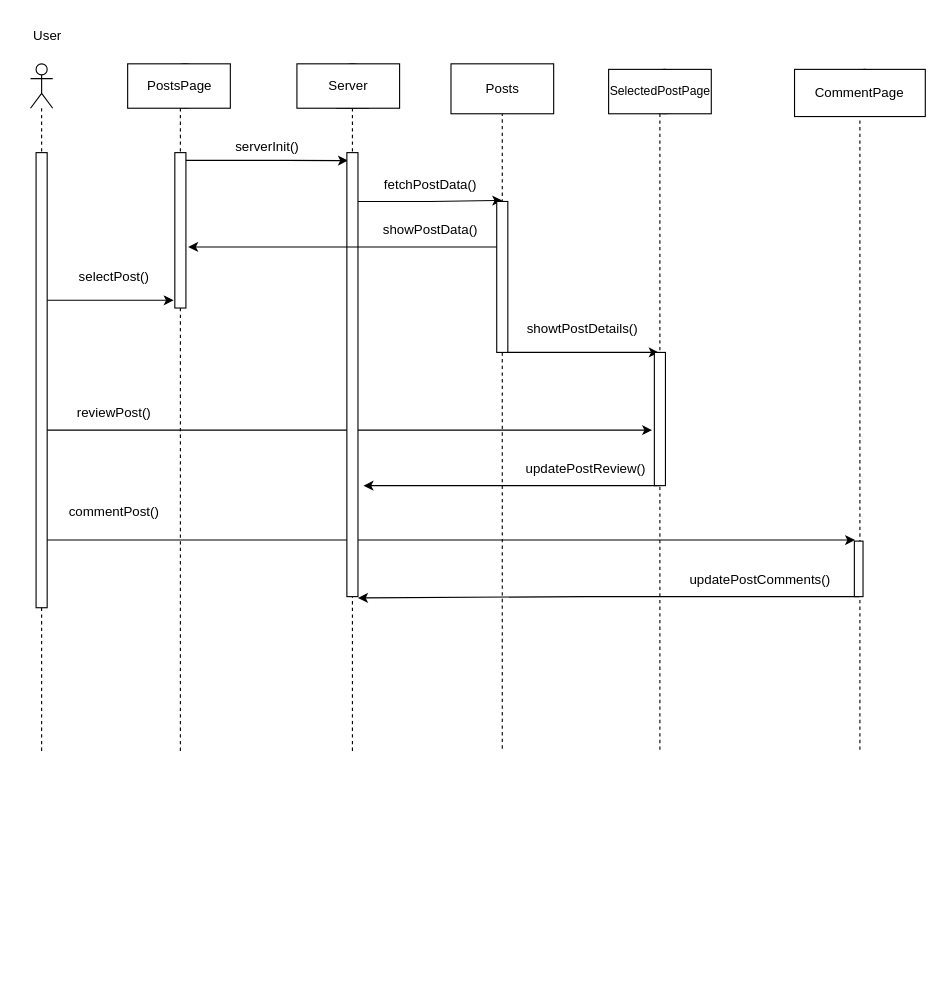
Before: ΤΕΛΙΚΟ ΠΑΡΑΔΟΤΕΟ/Sequence-diagrams-v1.0/sd_ανάγνωση_και_αξιολόγηση_αναρτ_χρηστών.drawio in Dionkaps/Eu-Zin, a draw.io diagram. Source tidied: cells renumbered, new cells numbered last; positions are measured from the earlier drawing's top-left corner, leaving out a move shared by most shapes. Both pictures are drawn from the tidied source at 111%, with x=0, y=0 at pixel (19, 19).
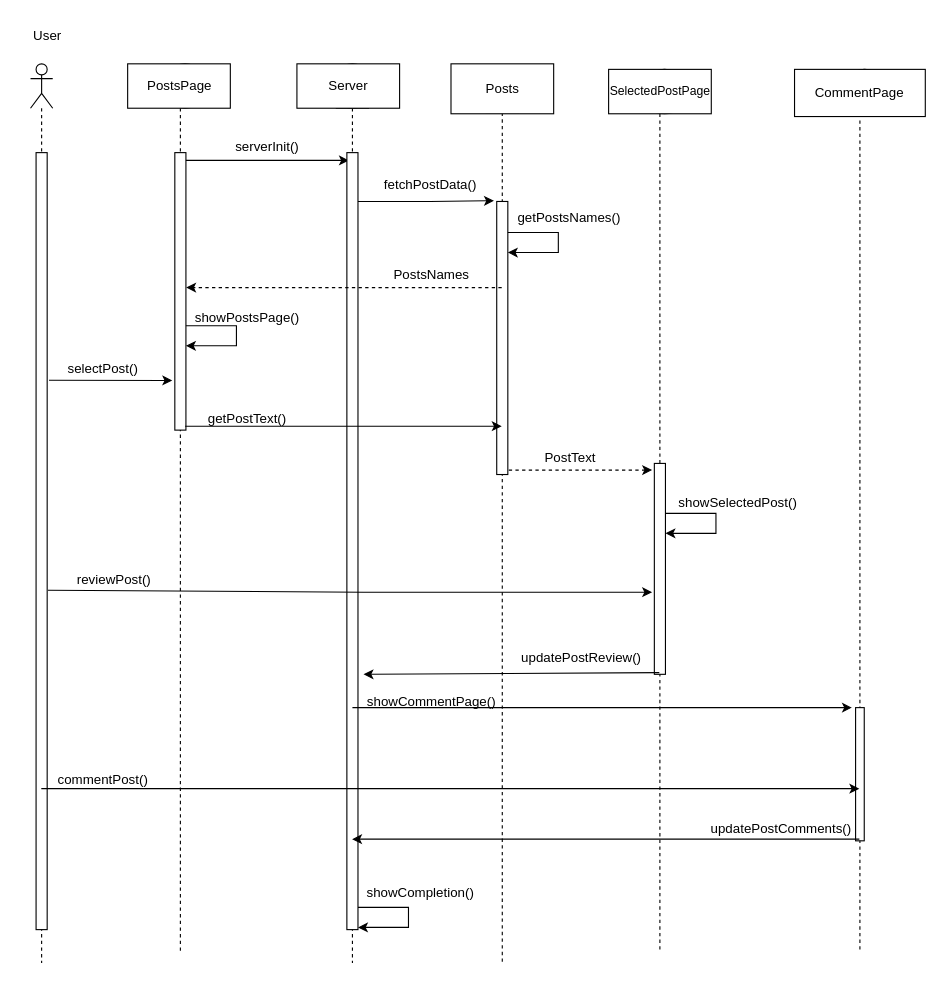
After the change.

What changed in the source:
```diff
@@
     <mxCell id="2" style="shape=umlLifeline;perimeter=lifelinePerimeter;whiteSpace=wrap;html=1;outlineConnect=0;portConstraint=eastwest;newEdgeStyle={&quot;edgeStyle&quot;:&quot;elbowEdgeStyle&quot;,&quot;elbow&quot;:&quot;vertical&quot;,&quot;curved&quot;:0,&quot;rounded&quot;:0};participant=umlBoundary;" parent="1" vertex="1">
-      <mxGeometry x="732.2" y="45" width="50" height="615" as="geometry" />
+      <mxGeometry x="732.2" y="45" width="50" height="795" as="geometry" />
     </mxCell>
     <mxCell id="3" style="shape=umlLifeline;perimeter=lifelinePerimeter;whiteSpace=wrap;html=1;newEdgeStyle={&quot;edgeStyle&quot;:&quot;elbowEdgeStyle&quot;,&quot;elbow&quot;:&quot;vertical&quot;,&quot;curved&quot;:0,&quot;rounded&quot;:0};participant=umlBoundary;" parent="1" vertex="1">
-      <mxGeometry x="120" y="40" width="50" height="620" as="geometry" />
+      <mxGeometry x="120" y="40" width="50" height="800" as="geometry" />
     </mxCell>
     <mxCell id="4" style="shape=umlLifeline;perimeter=lifelinePerimeter;whiteSpace=wrap;html=1;outlineConnect=0;portConstraint=eastwest;newEdgeStyle={&quot;edgeStyle&quot;:&quot;elbowEdgeStyle&quot;,&quot;elbow&quot;:&quot;vertical&quot;,&quot;curved&quot;:0,&quot;rounded&quot;:0};participant=umlBoundary;" parent="1" vertex="1">
-      <mxGeometry x="552" y="45" width="50" height="615" as="geometry" />
+      <mxGeometry x="552" y="45" width="50" height="795" as="geometry" />
     </mxCell>
     <mxCell id="5" style="shape=umlLifeline;perimeter=lifelinePerimeter;whiteSpace=wrap;html=1;newEdgeStyle={&quot;edgeStyle&quot;:&quot;elbowEdgeStyle&quot;,&quot;elbow&quot;:&quot;vertical&quot;,&quot;curved&quot;:0,&quot;rounded&quot;:0};participant=umlEntity;" parent="1" vertex="1">
-      <mxGeometry x="280" y="40" width="40" height="620" as="geometry" />
+      <mxGeometry x="280" y="40" width="40" height="810" as="geometry" />
     </mxCell>
     <mxCell id="6" style="shape=umlLifeline;perimeter=lifelinePerimeter;whiteSpace=wrap;html=1;outlineConnect=0;portConstraint=eastwest;newEdgeStyle={&quot;edgeStyle&quot;:&quot;elbowEdgeStyle&quot;,&quot;elbow&quot;:&quot;vertical&quot;,&quot;curved&quot;:0,&quot;rounded&quot;:0};participant=umlActor;" parent="1" vertex="1">
-      <mxGeometry x="10" y="40" width="20" height="620" as="geometry" />
+      <mxGeometry x="10" y="40" width="20" height="810" as="geometry" />
     </mxCell>
@@
-    <mxCell id="9" style="endArrow=classic;html=1;rounded=0;entryX=0.1;entryY=0.018;entryDx=0;entryDy=0;entryPerimeter=0;" parent="1" edge="1" target="29">
+    <mxCell id="9" style="endArrow=classic;html=1;rounded=0;entryX=0.185;entryY=0.01;entryDx=0;entryDy=0;entryPerimeter=0;" parent="1" edge="1" target="29">
       <mxGeometry relative="1" as="geometry">
         <mxPoint x="144.5" y="127" as="sourcePoint" />
         <Array as="points">
           <mxPoint x="170" y="127" />
           <mxPoint x="240" y="127" />
         </Array>
       </mxGeometry>
     </mxCell>
@@
-    <mxCell id="11" style="endArrow=classic;html=1;rounded=0;entryX=-0.1;entryY=0.95;entryDx=0;entryDy=0;entryPerimeter=0;" parent="1" edge="1" target="27">
-      <mxGeometry relative="1" as="geometry">
-        <mxPoint x="19.5" y="253" as="sourcePoint" />
-        <Array as="points">
-          <mxPoint x="50.5" y="253" />
-          <mxPoint x="120.5" y="253" />
-        </Array>
-      </mxGeometry>
-    </mxCell>
     <mxCell id="12" value="selectPost()" style="text;html=1;align=center;verticalAlign=middle;points=[];strokeColor=none;fillColor=none;" parent="1" vertex="1">
-      <mxGeometry x="40" y="217" width="90" height="30" as="geometry" />
+      <mxGeometry x="30" y="300" width="90" height="30" as="geometry" />
     </mxCell>
     <mxCell id="13" style="shape=umlLifeline;perimeter=lifelinePerimeter;whiteSpace=wrap;html=1;outlineConnect=0;portConstraint=eastwest;newEdgeStyle={&quot;edgeStyle&quot;:&quot;elbowEdgeStyle&quot;,&quot;elbow&quot;:&quot;vertical&quot;,&quot;curved&quot;:0,&quot;rounded&quot;:0};participant=umlEntity;" parent="1" vertex="1">
-      <mxGeometry x="415" y="44" width="40" height="616" as="geometry" />
+      <mxGeometry x="415" y="44" width="40" height="806" as="geometry" />
     </mxCell>
@@
-    <mxCell id="15" style="endArrow=classic;html=1;rounded=0;entryX=0.5;entryY=-0.007;entryDx=0;entryDy=0;entryPerimeter=0;" parent="1" edge="1" target="32">
+    <mxCell id="15" style="endArrow=classic;html=1;rounded=0;entryX=-0.249;entryY=-0.003;entryDx=0;entryDy=0;entryPerimeter=0;" parent="1" edge="1" target="32">
       <mxGeometry relative="1" as="geometry">
         <mxPoint x="299.5" y="164" as="sourcePoint" />
         <Array as="points">
           <mxPoint x="370" y="164" />
         </Array>
       </mxGeometry>
     </mxCell>
-    <mxCell id="16" value="showPostData()" style="text;html=1;align=center;verticalAlign=middle;strokeColor=none;fillColor=none;" parent="1" vertex="1">
-      <mxGeometry x="315" y="175" width="110" height="30" as="geometry" />
+    <mxCell id="16" value="showSelectedPost()" style="text;html=1;align=center;verticalAlign=middle;strokeColor=none;fillColor=none;" parent="1" vertex="1">
+      <mxGeometry x="582" y="421" width="130" height="30" as="geometry" />
     </mxCell>
-    <mxCell id="17" value="showtPostDetails()" style="text;html=1;align=center;verticalAlign=middle;strokeColor=none;fillColor=none;" parent="1" vertex="1">
-      <mxGeometry x="447" y="264" width="120" height="30" as="geometry" />
+    <mxCell id="17" value="getPostText()" style="text;html=1;align=center;verticalAlign=middle;strokeColor=none;fillColor=none;" parent="1" vertex="1">
+      <mxGeometry x="160" y="345" width="90" height="30" as="geometry" />
     </mxCell>
-    <mxCell id="18" style="endArrow=classic;html=1;rounded=0;" parent="1" edge="1" source="6">
-      <mxGeometry relative="1" as="geometry">
-        <mxPoint x="570" y="370" as="targetPoint" />
-        <Array as="points">
-          <mxPoint x="300" y="370" />
-        </Array>
-      </mxGeometry>
-    </mxCell>
-    <mxCell id="19" value="reviewPost()" style="text;html=1;align=center;verticalAlign=middle;strokeColor=none;fillColor=none;" parent="1" vertex="1">
-      <mxGeometry x="40" y="340" width="90" height="30" as="geometry" />
-    </mxCell>
-    <mxCell id="20" style="endArrow=classic;html=1;rounded=0;" parent="1" edge="1" source="4">
-      <mxGeometry relative="1" as="geometry">
-        <mxPoint x="310" y="420" as="targetPoint" />
-        <Array as="points">
-          <mxPoint x="440" y="420" />
-        </Array>
-      </mxGeometry>
-    </mxCell>
-    <mxCell id="21" value="updatePostReview()" style="text;html=1;align=center;verticalAlign=middle;strokeColor=none;fillColor=none;" parent="1" vertex="1">
-      <mxGeometry x="445" y="390" width="130" height="30" as="geometry" />
-    </mxCell>
-    <mxCell id="22" style="endArrow=classic;html=1;rounded=0;entryX=0.081;entryY=-0.02;entryDx=0;entryDy=0;entryPerimeter=0;" parent="1" edge="1" target="34">
-      <mxGeometry relative="1" as="geometry">
-        <mxPoint x="19.5" y="469" as="sourcePoint" />
-        <Array as="points">
-          <mxPoint x="410" y="469" />
-        </Array>
-      </mxGeometry>
-    </mxCell>
-    <mxCell id="23" value="commentPost()" style="text;html=1;align=center;verticalAlign=middle;strokeColor=none;fillColor=none;" parent="1" vertex="1">
-      <mxGeometry x="35" y="429" width="100" height="30" as="geometry" />
-    </mxCell>
-    <mxCell id="24" style="endArrow=classic;html=1;rounded=0;entryX=1;entryY=1.003;entryDx=0;entryDy=0;entryPerimeter=0;" parent="1" edge="1" source="2" target="29">
-      <mxGeometry relative="1" as="geometry">
-        <Array as="points">
-          <mxPoint x="510" y="520" />
-        </Array>
-      </mxGeometry>
-    </mxCell>
-    <mxCell id="25" value="updatePostComments()" style="text;html=1;align=center;verticalAlign=middle;strokeColor=none;fillColor=none;" parent="1" vertex="1">
-      <mxGeometry x="592.2" y="490" width="150" height="30" as="geometry" />
-    </mxCell>
     <mxCell id="26" style="html=1;perimeter=orthogonalPerimeter;fontSize=11;" parent="1" vertex="1">
-      <mxGeometry x="15" y="120" width="10" height="410" as="geometry" />
+      <mxGeometry x="15" y="120" width="10" height="700" as="geometry" />
     </mxCell>
     <mxCell id="27" style="html=1;points=[];perimeter=orthogonalPerimeter;fontSize=11;" parent="1" vertex="1">
-      <mxGeometry x="140" y="120" width="10" height="140" as="geometry" />
+      <mxGeometry x="140" y="120" width="10" height="250" as="geometry" />
     </mxCell>
-    <mxCell id="28" style="endArrow=classic;html=1;rounded=0;entryX=0.4;entryY=0;entryDx=0;entryDy=0;entryPerimeter=0;" parent="1" edge="1" source="32" target="33">
-      <mxGeometry relative="1" as="geometry">
-        <Array as="points">
-          <mxPoint x="520" y="300" />
-        </Array>
-      </mxGeometry>
-    </mxCell>
     <mxCell id="29" style="html=1;points=[];perimeter=orthogonalPerimeter;fontSize=11;" parent="1" vertex="1">
-      <mxGeometry x="295" y="120" width="10" height="400" as="geometry" />
+      <mxGeometry x="295" y="120" width="10" height="700" as="geometry" />
     </mxCell>
-    <mxCell id="30" style="endArrow=classic;html=1;rounded=0;entryX=1.2;entryY=0.607;entryDx=0;entryDy=0;entryPerimeter=0;" parent="1" edge="1" target="27">
-      <mxGeometry relative="1" as="geometry">
-        <mxPoint x="434.5" y="205" as="sourcePoint" />
-        <Array as="points">
-          <mxPoint x="350" y="205" />
-        </Array>
-      </mxGeometry>
-    </mxCell>
@@
     <mxCell id="32" style="html=1;points=[];perimeter=orthogonalPerimeter;fontSize=11;" parent="1" vertex="1">
-      <mxGeometry x="430" y="164" width="10" height="136" as="geometry" />
+      <mxGeometry x="430" y="164" width="10" height="246" as="geometry" />
     </mxCell>
     <mxCell id="33" style="html=1;points=[];perimeter=orthogonalPerimeter;fontSize=11;" parent="1" vertex="1">
-      <mxGeometry x="572" y="300" width="10" height="120" as="geometry" />
+      <mxGeometry x="572" y="400" width="10" height="190" as="geometry" />
     </mxCell>
     <mxCell id="34" style="html=1;points=[];perimeter=orthogonalPerimeter;fontSize=11;" parent="1" vertex="1">
-      <mxGeometry x="752.2" y="470" width="7.8" height="50" as="geometry" />
+      <mxGeometry x="753.3" y="620" width="7.8" height="120" as="geometry" />
     </mxCell>
@@
+    <mxCell id="40" style="endArrow=classic;html=1;rounded=0;" parent="1" edge="1">
+      <mxGeometry x="-0.17" y="23" relative="1" as="geometry">
+        <mxPoint x="440" y="192" as="sourcePoint" />
+        <mxPoint x="440" y="210" as="targetPoint" />
+        <Array as="points">
+          <mxPoint x="485.5" y="192" />
+          <mxPoint x="485.5" y="210" />
+        </Array>
+        <mxPoint x="-3" y="-12" as="offset" />
+      </mxGeometry>
+    </mxCell>
+    <mxCell id="41" value="getPostsNames()" style="text;html=1;align=center;verticalAlign=middle;strokeColor=none;fillColor=none;" parent="1" vertex="1">
+      <mxGeometry x="435" y="164" width="120" height="30" as="geometry" />
+    </mxCell>
+    <mxCell id="42" style="endArrow=classic;html=1;rounded=0;entryX=1.018;entryY=0.804;entryDx=0;entryDy=0;entryPerimeter=0;dashed=1;" parent="1" edge="1">
+      <mxGeometry relative="1" as="geometry">
+        <mxPoint x="434.5" y="241.6" as="sourcePoint" />
+        <mxPoint x="150.2" y="241.6" as="targetPoint" />
+      </mxGeometry>
+    </mxCell>
+    <mxCell id="43" value="PostsNames" style="text;html=1;align=center;verticalAlign=middle;strokeColor=none;fillColor=none;" parent="1" vertex="1">
+      <mxGeometry x="326.2" y="215" width="90" height="30" as="geometry" />
+    </mxCell>
+    <mxCell id="44" style="endArrow=classic;html=1;rounded=0;" parent="1" edge="1">
+      <mxGeometry x="-0.17" y="23" relative="1" as="geometry">
+        <mxPoint x="150" y="276" as="sourcePoint" />
+        <mxPoint x="150" y="294" as="targetPoint" />
+        <Array as="points">
+          <mxPoint x="195.5" y="276" />
+          <mxPoint x="195.5" y="294" />
+        </Array>
+        <mxPoint x="-3" y="-12" as="offset" />
+      </mxGeometry>
+    </mxCell>
+    <mxCell id="45" style="endArrow=classic;html=1;rounded=0;entryX=-0.226;entryY=0.968;entryDx=0;entryDy=0;entryPerimeter=0;exitX=-0.037;exitY=0.835;exitDx=0;exitDy=0;exitPerimeter=0;" parent="1" edge="1" source="12">
+      <mxGeometry relative="1" as="geometry">
+        <mxPoint x="137.7" y="325.3" as="targetPoint" />
+      </mxGeometry>
+    </mxCell>
+    <mxCell id="46" style="endArrow=classic;html=1;rounded=0;exitX=0.929;exitY=0.994;exitDx=0;exitDy=0;exitPerimeter=0;" parent="1" edge="1">
+      <mxGeometry relative="1" as="geometry">
+        <mxPoint x="149.3" y="366.5" as="sourcePoint" />
+        <mxPoint x="434.5" y="366.5" as="targetPoint" />
+      </mxGeometry>
+    </mxCell>
+    <mxCell id="47" style="endArrow=classic;html=1;rounded=0;exitX=1.085;exitY=0.984;exitDx=0;exitDy=0;exitPerimeter=0;dashed=1;" parent="1" edge="1" source="32">
+      <mxGeometry relative="1" as="geometry">
+        <mxPoint x="570" y="406" as="targetPoint" />
+      </mxGeometry>
+    </mxCell>
+    <mxCell id="48" value="PostText" style="text;html=1;align=center;verticalAlign=middle;strokeColor=none;fillColor=none;" parent="1" vertex="1">
+      <mxGeometry x="460.8" y="380" width="70" height="30" as="geometry" />
+    </mxCell>
+    <mxCell id="49" style="endArrow=classic;html=1;rounded=0;" parent="1" edge="1">
+      <mxGeometry x="-0.17" y="23" relative="1" as="geometry">
+        <mxPoint x="582" y="445" as="sourcePoint" />
+        <mxPoint x="582" y="463" as="targetPoint" />
+        <Array as="points">
+          <mxPoint x="627.5" y="445" />
+          <mxPoint x="627.5" y="463" />
+        </Array>
+        <mxPoint x="-3" y="-12" as="offset" />
+      </mxGeometry>
+    </mxCell>
+    <mxCell id="50" style="endArrow=classic;html=1;rounded=0;exitX=1.074;exitY=0.947;exitDx=0;exitDy=0;exitPerimeter=0;" parent="1" edge="1">
+      <mxGeometry relative="1" as="geometry">
+        <mxPoint x="25.7" y="514.3" as="sourcePoint" />
+        <mxPoint x="570" y="516" as="targetPoint" />
+        <Array as="points">
+          <mxPoint x="310" y="516" />
+        </Array>
+      </mxGeometry>
+    </mxCell>
+    <mxCell id="19" value="reviewPost()" style="text;html=1;align=center;verticalAlign=middle;strokeColor=none;fillColor=none;" parent="1" vertex="1">
+      <mxGeometry x="40" y="490" width="90" height="30" as="geometry" />
+    </mxCell>
+    <mxCell id="51" style="endArrow=classic;html=1;rounded=0;" parent="1" edge="1">
+      <mxGeometry relative="1" as="geometry">
+        <mxPoint x="576.5" y="588.5" as="sourcePoint" />
+        <mxPoint x="310" y="590" as="targetPoint" />
+      </mxGeometry>
+    </mxCell>
+    <mxCell id="21" value="updatePostReview()" style="text;html=1;align=center;verticalAlign=middle;strokeColor=none;fillColor=none;" parent="1" vertex="1">
+      <mxGeometry x="441.2" y="560" width="130" height="30" as="geometry" />
+    </mxCell>
+    <mxCell id="52" style="endArrow=classic;html=1;rounded=0;" parent="1" edge="1">
+      <mxGeometry relative="1" as="geometry">
+        <mxPoint x="300" y="620" as="sourcePoint" />
+        <mxPoint x="750" y="620" as="targetPoint" />
+      </mxGeometry>
+    </mxCell>
+    <mxCell id="53" value="showCommentPage()" style="text;html=1;align=center;verticalAlign=middle;strokeColor=none;fillColor=none;" parent="1" vertex="1">
+      <mxGeometry x="301.3" y="600" width="140" height="30" as="geometry" />
+    </mxCell>
+    <mxCell id="54" style="endArrow=classic;html=1;rounded=0;" parent="1" edge="1">
+      <mxGeometry relative="1" as="geometry">
+        <mxPoint x="19.7" y="693" as="sourcePoint" />
+        <mxPoint x="756.7" y="693" as="targetPoint" />
+      </mxGeometry>
+    </mxCell>
+    <mxCell id="23" value="commentPost()" style="text;html=1;align=center;verticalAlign=middle;strokeColor=none;fillColor=none;" parent="1" vertex="1">
+      <mxGeometry x="25" y="670" width="100" height="30" as="geometry" />
+    </mxCell>
+    <mxCell id="25" value="updatePostComments()" style="text;html=1;align=center;verticalAlign=middle;strokeColor=none;fillColor=none;" parent="1" vertex="1">
+      <mxGeometry x="611.1" y="714" width="150" height="30" as="geometry" />
+    </mxCell>
+    <mxCell id="55" style="endArrow=classic;html=1;rounded=0;" parent="1" edge="1">
+      <mxGeometry relative="1" as="geometry">
+        <mxPoint x="756.7" y="738.5" as="sourcePoint" />
+        <mxPoint x="299.7" y="738.5" as="targetPoint" />
+      </mxGeometry>
+    </mxCell>
+    <mxCell id="56" value="showPostsPage()" style="text;html=1;align=center;verticalAlign=middle;strokeColor=none;fillColor=none;" parent="1" vertex="1">
+      <mxGeometry x="145" y="254" width="120" height="30" as="geometry" />
+    </mxCell>
+    <mxCell id="57" style="endArrow=classic;html=1;rounded=0;" parent="1" edge="1">
+      <mxGeometry x="-0.17" y="23" relative="1" as="geometry">
+        <mxPoint x="305" y="800" as="sourcePoint" />
+        <mxPoint x="305" y="818" as="targetPoint" />
+        <Array as="points">
+          <mxPoint x="350.5" y="800" />
+          <mxPoint x="350.5" y="818" />
+        </Array>
+        <mxPoint x="-3" y="-12" as="offset" />
+      </mxGeometry>
+    </mxCell>
+    <mxCell id="58" value="showCompletion()" style="text;html=1;align=center;verticalAlign=middle;strokeColor=none;fillColor=none;" parent="1" vertex="1">
+      <mxGeometry x="301.2" y="772" width="120" height="30" as="geometry" />
+    </mxCell>
```
